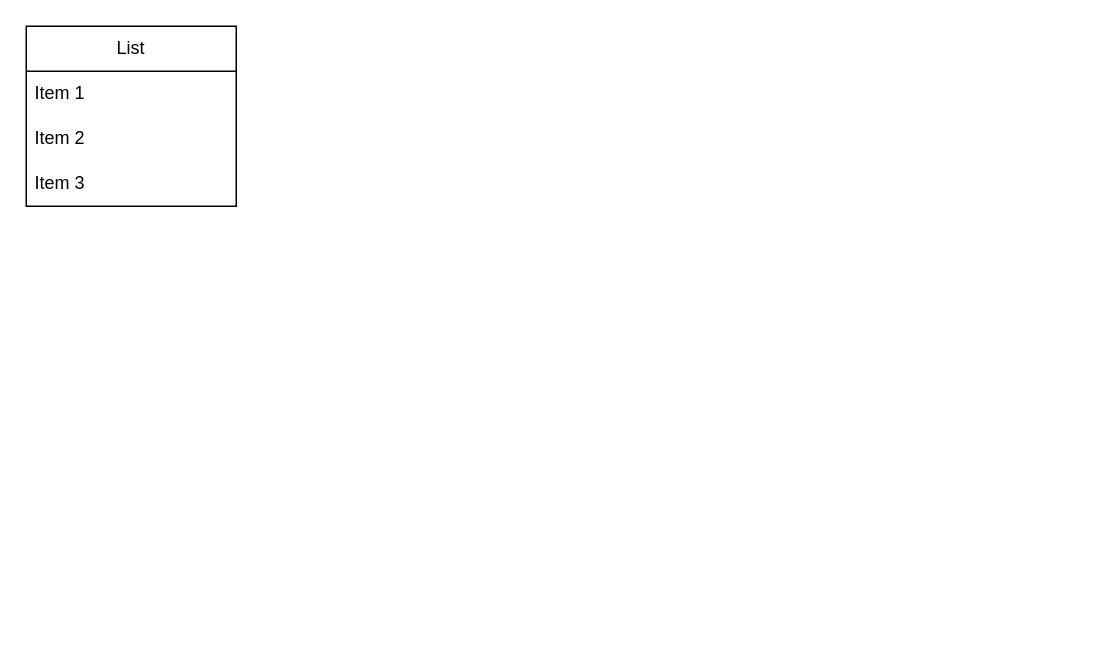
This is Untitled Diagram.drawio from akbarirazia/draw.io-DB-Designs, a draw.io file, before an edit. Source tidied: cells renumbered, new cells numbered last; positions are measured from the earlier drawing's top-left corner, leaving out a move shared by most shapes. Both pictures are drawn from the tidied source at 150%, with x=0, y=0 at pixel (26, 26).
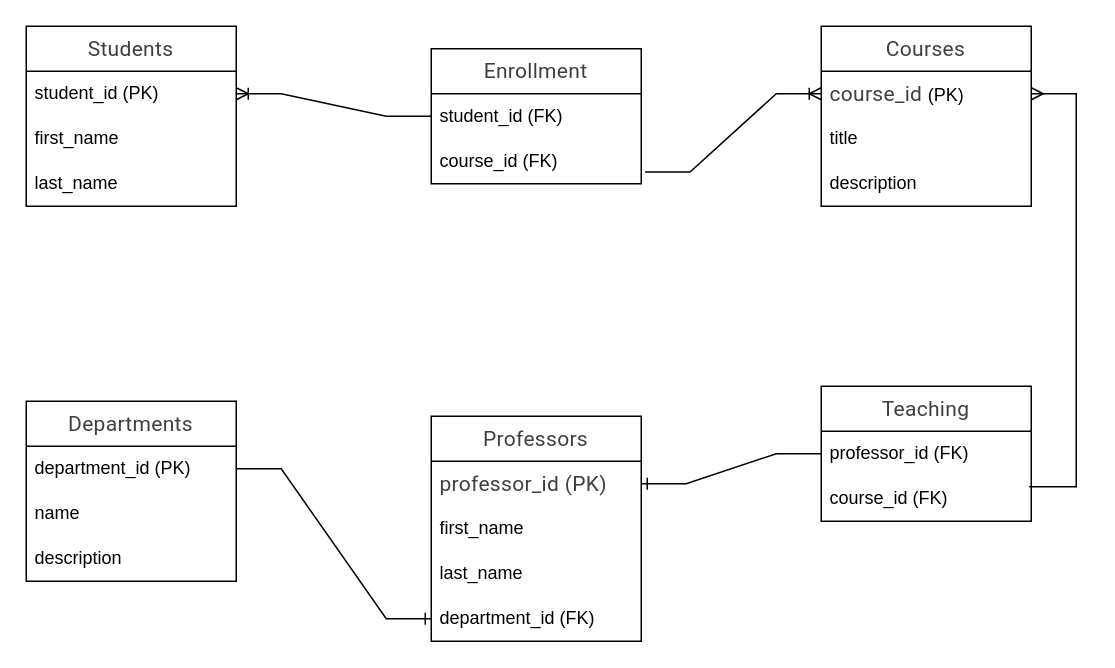
After the change.

What changed in the source:
```diff
@@
-    <mxCell id="2" value="List" style="swimlane;fontStyle=0;horizontal=1;startSize=30;whiteSpace=wrap;html=1;" parent="1" vertex="1">
+    <mxCell id="2" value="&lt;span style=&quot;color: rgb(60, 64, 67); font-family: Roboto, Arial, sans-serif; font-size: 14px; letter-spacing: 0.2px; text-align: left;&quot;&gt;Students&lt;/span&gt;" style="swimlane;fontStyle=0;horizontal=1;startSize=30;whiteSpace=wrap;html=1;" parent="1" vertex="1">
       <mxGeometry width="140" height="120" as="geometry" />
     </mxCell>
-    <mxCell id="3" value="Item 1" style="text;strokeColor=none;fillColor=none;align=left;verticalAlign=middle;spacingLeft=4;spacingRight=4;overflow=hidden;points=[[0,0.5],[1,0.5]];portConstraint=eastwest;whiteSpace=wrap;html=1;" parent="2" vertex="1">
+    <mxCell id="3" value="student_id (PK)" style="text;strokeColor=none;fillColor=none;align=left;verticalAlign=middle;spacingLeft=4;spacingRight=4;overflow=hidden;points=[[0,0.5],[1,0.5]];portConstraint=eastwest;whiteSpace=wrap;html=1;" parent="2" vertex="1">
       <mxGeometry y="30" width="140" height="30" as="geometry" />
     </mxCell>
-    <mxCell id="4" value="Item 2" style="text;strokeColor=none;fillColor=none;align=left;verticalAlign=middle;spacingLeft=4;spacingRight=4;overflow=hidden;whiteSpace=wrap;html=1;" parent="2" vertex="1">
+    <mxCell id="4" value="first_name" style="text;strokeColor=none;fillColor=none;align=left;verticalAlign=middle;spacingLeft=4;spacingRight=4;overflow=hidden;whiteSpace=wrap;html=1;" parent="2" vertex="1">
       <mxGeometry y="60" width="140" height="30" as="geometry" />
     </mxCell>
-    <mxCell id="5" value="Item 3" style="text;strokeColor=none;fillColor=none;align=left;verticalAlign=middle;spacingLeft=4;spacingRight=4;overflow=hidden;whiteSpace=wrap;html=1;" parent="2" vertex="1">
+    <mxCell id="5" value="last_name" style="text;strokeColor=none;fillColor=none;align=left;verticalAlign=middle;spacingLeft=4;spacingRight=4;overflow=hidden;whiteSpace=wrap;html=1;" parent="2" vertex="1">
       <mxGeometry y="90" width="140" height="30" as="geometry" />
     </mxCell>
+    <mxCell id="6" value="&lt;span style=&quot;color: rgb(60, 64, 67); font-family: Roboto, Arial, sans-serif; font-size: 14px; letter-spacing: 0.2px; text-align: left;&quot;&gt;Courses&lt;/span&gt;" style="swimlane;fontStyle=0;horizontal=1;startSize=30;whiteSpace=wrap;html=1;" parent="1" vertex="1">
+      <mxGeometry x="530" width="140" height="120" as="geometry" />
+    </mxCell>
+    <mxCell id="7" value="&lt;span style=&quot;color: rgb(60, 64, 67); font-family: Roboto, Arial, sans-serif; font-size: 14px; letter-spacing: 0.2px;&quot;&gt;course_id&amp;nbsp;&lt;/span&gt;(PK)" style="text;strokeColor=none;fillColor=none;align=left;verticalAlign=middle;spacingLeft=4;spacingRight=4;overflow=hidden;points=[[0,0.5],[1,0.5]];portConstraint=eastwest;whiteSpace=wrap;html=1;" parent="6" vertex="1">
+      <mxGeometry y="30" width="140" height="30" as="geometry" />
+    </mxCell>
+    <mxCell id="8" value="title" style="text;strokeColor=none;fillColor=none;align=left;verticalAlign=middle;spacingLeft=4;spacingRight=4;overflow=hidden;whiteSpace=wrap;html=1;" parent="6" vertex="1">
+      <mxGeometry y="60" width="140" height="30" as="geometry" />
+    </mxCell>
+    <mxCell id="9" value="description" style="text;strokeColor=none;fillColor=none;align=left;verticalAlign=middle;spacingLeft=4;spacingRight=4;overflow=hidden;whiteSpace=wrap;html=1;" parent="6" vertex="1">
+      <mxGeometry y="90" width="140" height="30" as="geometry" />
+    </mxCell>
+    <mxCell id="10" value="&lt;span style=&quot;color: rgb(60, 64, 67); font-family: Roboto, Arial, sans-serif; font-size: 14px; letter-spacing: 0.2px; text-align: left;&quot;&gt;Enrollment&lt;/span&gt;" style="swimlane;fontStyle=0;horizontal=1;startSize=30;whiteSpace=wrap;html=1;" parent="1" vertex="1">
+      <mxGeometry x="270" y="15" width="140" height="90" as="geometry" />
+    </mxCell>
+    <mxCell id="11" value="student_id (FK)" style="text;strokeColor=none;fillColor=none;align=left;verticalAlign=middle;spacingLeft=4;spacingRight=4;overflow=hidden;points=[[0,0.5],[1,0.5]];portConstraint=eastwest;whiteSpace=wrap;html=1;" parent="10" vertex="1">
+      <mxGeometry y="30" width="140" height="30" as="geometry" />
+    </mxCell>
+    <mxCell id="12" value="course_id (FK)" style="text;strokeColor=none;fillColor=none;align=left;verticalAlign=middle;spacingLeft=4;spacingRight=4;overflow=hidden;points=[[0,0.5],[1,0.5]];portConstraint=eastwest;whiteSpace=wrap;html=1;" parent="10" vertex="1">
+      <mxGeometry y="60" width="140" height="30" as="geometry" />
+    </mxCell>
+    <mxCell id="13" value="&lt;span style=&quot;color: rgb(60, 64, 67); font-family: Roboto, Arial, sans-serif; font-size: 14px; letter-spacing: 0.2px; text-align: left;&quot;&gt;Professors&lt;/span&gt;" style="swimlane;fontStyle=0;horizontal=1;startSize=30;whiteSpace=wrap;html=1;" parent="1" vertex="1">
+      <mxGeometry x="270" y="260" width="140" height="150" as="geometry" />
+    </mxCell>
+    <mxCell id="14" value="&lt;span style=&quot;color: rgb(60, 64, 67); font-family: Roboto, Arial, sans-serif; font-size: 14px; letter-spacing: 0.2px;&quot;&gt;professor_id (PK)&lt;/span&gt;" style="text;strokeColor=none;fillColor=none;align=left;verticalAlign=middle;spacingLeft=4;spacingRight=4;overflow=hidden;points=[[0,0.5],[1,0.5]];portConstraint=eastwest;whiteSpace=wrap;html=1;" parent="13" vertex="1">
+      <mxGeometry y="30" width="140" height="30" as="geometry" />
+    </mxCell>
+    <mxCell id="15" value="first_name" style="text;strokeColor=none;fillColor=none;align=left;verticalAlign=middle;spacingLeft=4;spacingRight=4;overflow=hidden;whiteSpace=wrap;html=1;" parent="13" vertex="1">
+      <mxGeometry y="60" width="140" height="30" as="geometry" />
+    </mxCell>
+    <mxCell id="16" value="last_name" style="text;strokeColor=none;fillColor=none;align=left;verticalAlign=middle;spacingLeft=4;spacingRight=4;overflow=hidden;whiteSpace=wrap;html=1;" parent="13" vertex="1">
+      <mxGeometry y="90" width="140" height="30" as="geometry" />
+    </mxCell>
+    <mxCell id="17" value="department_id (FK)" style="text;strokeColor=none;fillColor=none;align=left;verticalAlign=middle;spacingLeft=4;spacingRight=4;overflow=hidden;points=[[0,0.5],[1,0.5]];portConstraint=eastwest;whiteSpace=wrap;html=1;" parent="13" vertex="1">
+      <mxGeometry y="120" width="140" height="30" as="geometry" />
+    </mxCell>
+    <mxCell id="18" value="&lt;span style=&quot;color: rgb(60, 64, 67); font-family: Roboto, Arial, sans-serif; font-size: 14px; letter-spacing: 0.2px; text-align: left;&quot;&gt;Departments&lt;/span&gt;" style="swimlane;fontStyle=0;horizontal=1;startSize=30;whiteSpace=wrap;html=1;" parent="1" vertex="1">
+      <mxGeometry y="250" width="140" height="120" as="geometry" />
+    </mxCell>
+    <mxCell id="19" value="department_id&amp;nbsp;(PK)" style="text;strokeColor=none;fillColor=none;align=left;verticalAlign=middle;spacingLeft=4;spacingRight=4;overflow=hidden;points=[[0,0.5],[1,0.5]];portConstraint=eastwest;whiteSpace=wrap;html=1;" parent="18" vertex="1">
+      <mxGeometry y="30" width="140" height="30" as="geometry" />
+    </mxCell>
+    <mxCell id="20" value="name" style="text;strokeColor=none;fillColor=none;align=left;verticalAlign=middle;spacingLeft=4;spacingRight=4;overflow=hidden;whiteSpace=wrap;html=1;" parent="18" vertex="1">
+      <mxGeometry y="60" width="140" height="30" as="geometry" />
+    </mxCell>
+    <mxCell id="21" value="description" style="text;strokeColor=none;fillColor=none;align=left;verticalAlign=middle;spacingLeft=4;spacingRight=4;overflow=hidden;whiteSpace=wrap;html=1;" parent="18" vertex="1">
+      <mxGeometry y="90" width="140" height="30" as="geometry" />
+    </mxCell>
+    <mxCell id="22" value="&lt;span style=&quot;color: rgb(60, 64, 67); font-family: Roboto, Arial, sans-serif; font-size: 14px; letter-spacing: 0.2px; text-align: left;&quot;&gt;Teaching&lt;/span&gt;" style="swimlane;fontStyle=0;horizontal=1;startSize=30;whiteSpace=wrap;html=1;" parent="1" vertex="1">
+      <mxGeometry x="530" y="240" width="140" height="90" as="geometry" />
+    </mxCell>
+    <mxCell id="23" value="professor_id (FK)" style="text;strokeColor=none;fillColor=none;align=left;verticalAlign=middle;spacingLeft=4;spacingRight=4;overflow=hidden;points=[[0,0.5],[1,0.5]];portConstraint=eastwest;whiteSpace=wrap;html=1;" parent="22" vertex="1">
+      <mxGeometry y="30" width="140" height="30" as="geometry" />
+    </mxCell>
+    <mxCell id="24" value="course_id (FK)" style="text;strokeColor=none;fillColor=none;align=left;verticalAlign=middle;spacingLeft=4;spacingRight=4;overflow=hidden;points=[[0,0.5],[1,0.5]];portConstraint=eastwest;whiteSpace=wrap;html=1;" parent="22" vertex="1">
+      <mxGeometry y="60" width="140" height="30" as="geometry" />
+    </mxCell>
+    <mxCell id="25" style="edgeStyle=entityRelationEdgeStyle;fontSize=12;html=1;endArrow=ERoneToMany;rounded=0;exitX=0;exitY=0.5;exitDx=0;exitDy=0;entryX=1;entryY=0.5;entryDx=0;entryDy=0;" parent="1" edge="1" source="11" target="3">
+      <mxGeometry relative="1" as="geometry" />
+    </mxCell>
+    <mxCell id="26" style="edgeStyle=entityRelationEdgeStyle;fontSize=12;html=1;endArrow=ERoneToMany;rounded=0;exitX=1.018;exitY=0.739;exitDx=0;exitDy=0;exitPerimeter=0;entryX=0;entryY=0.5;entryDx=0;entryDy=0;" parent="1" edge="1" source="12" target="7">
+      <mxGeometry relative="1" as="geometry">
+        <Array as="points">
+          <mxPoint x="400" y="97" />
+        </Array>
+      </mxGeometry>
+    </mxCell>
+    <mxCell id="27" style="edgeStyle=entityRelationEdgeStyle;fontSize=12;html=1;endArrow=ERone;endFill=1;rounded=0;" parent="1" edge="1" source="23" target="14">
+      <mxGeometry relative="1" as="geometry" />
+    </mxCell>
+    <mxCell id="28" style="edgeStyle=entityRelationEdgeStyle;fontSize=12;html=1;endArrow=ERone;endFill=1;rounded=0;entryX=0;entryY=0.5;entryDx=0;entryDy=0;exitX=1;exitY=0.5;exitDx=0;exitDy=0;" parent="1" edge="1" source="19" target="17">
+      <mxGeometry relative="1" as="geometry">
+        <Array as="points">
+          <mxPoint x="170" y="330" />
+        </Array>
+      </mxGeometry>
+    </mxCell>
+    <mxCell id="29" style="edgeStyle=entityRelationEdgeStyle;fontSize=12;html=1;endArrow=ERmany;rounded=0;exitX=0.99;exitY=0.233;exitDx=0;exitDy=0;exitPerimeter=0;" parent="1" edge="1" source="24" target="7">
+      <mxGeometry relative="1" as="geometry">
+        <Array as="points">
+          <mxPoint x="1070" y="170" />
+        </Array>
+      </mxGeometry>
+    </mxCell>
```
